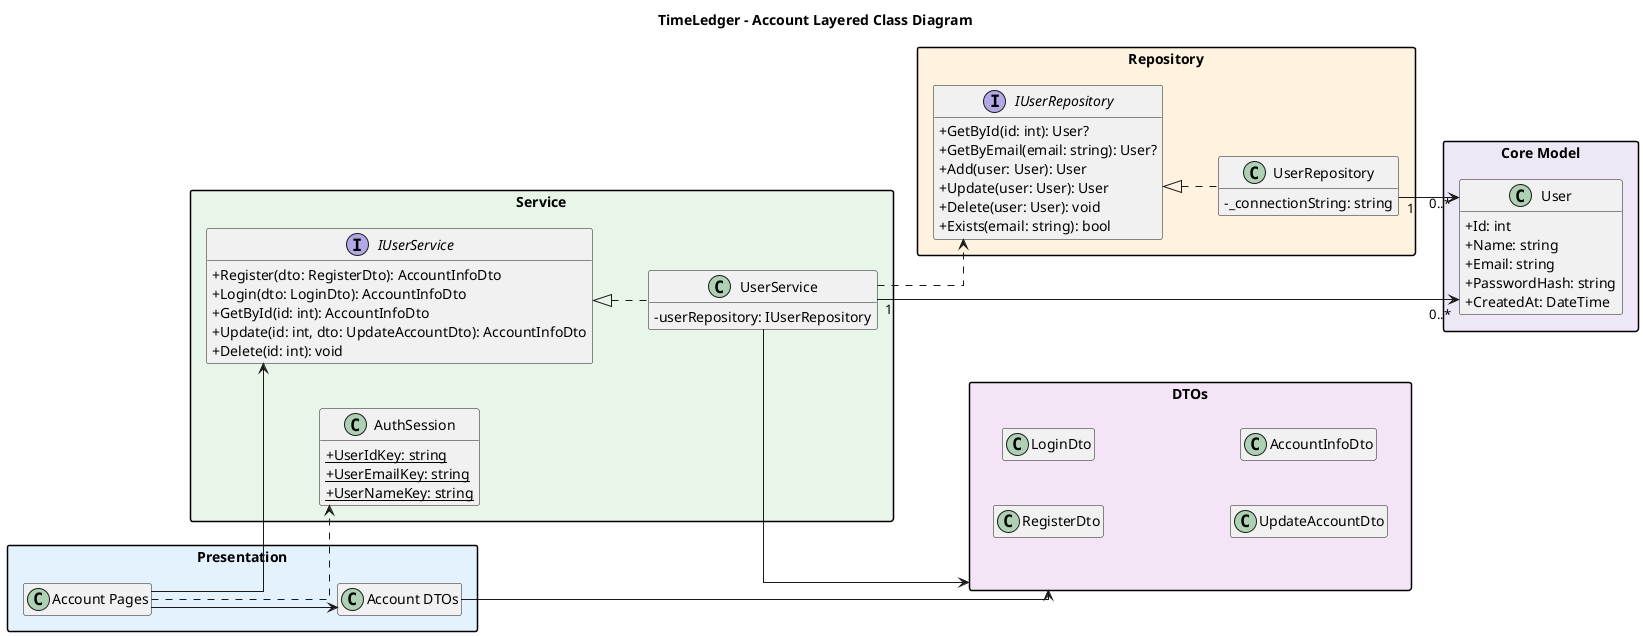
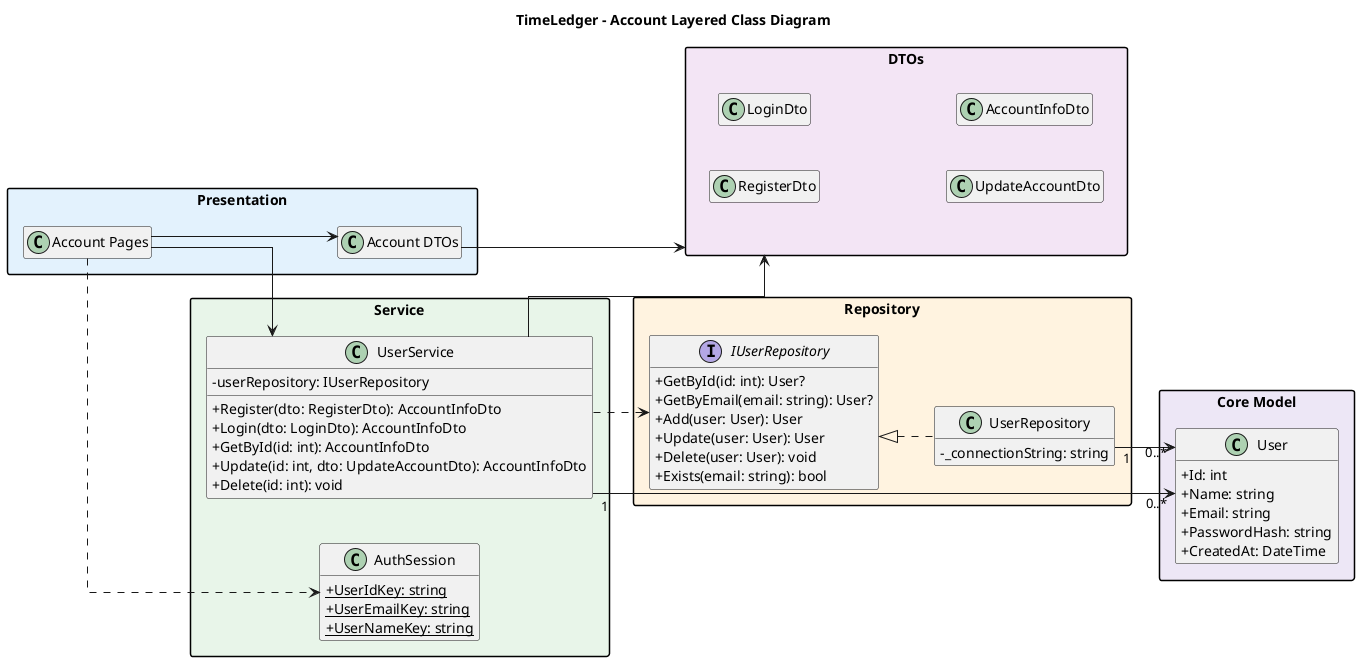
﻿@startuml
left to right direction
skinparam classAttributeIconSize 0
skinparam packageStyle rectangle
skinparam linetype ortho
skinparam nodesep 45
skinparam ranksep 55
hide empty members

title TimeLedger - Account Layered Class Diagram

package "Presentation" #E3F2FD {
  class "Account Pages" as AccountPages
  class "Account DTOs" as AccountDTOs
}

package "Service" #E8F5E9 {
-   interface IUserService {
- 	+ Register(dto: RegisterDto): AccountInfoDto
- 	+ Login(dto: LoginDto): AccountInfoDto
- 	+ GetById(id: int): AccountInfoDto
- 	+ Update(id: int, dto: UpdateAccountDto): AccountInfoDto
- 	+ Delete(id: int): void
-   }

  class UserService {
	- userRepository: IUserRepository
+ 	+ Register(dto: RegisterDto): AccountInfoDto
+     	+ Login(dto: LoginDto): AccountInfoDto
+     	+ GetById(id: int): AccountInfoDto
+     	+ Update(id: int, dto: UpdateAccountDto): AccountInfoDto
+     	+ Delete(id: int): void
  }

  class AuthSession {
	+ {static} UserIdKey: string
	+ {static} UserEmailKey: string
	+ {static} UserNameKey: string
  }
}
package "Core Model" #EDE7F6 {
  class User {
	+ Id: int
	+ Name: string
	+ Email: string
	+ PasswordHash: string
	+ CreatedAt: DateTime
  }
}

package "DTOs" #F3E5F5 {
  class RegisterDto
  class LoginDto
  class UpdateAccountDto
  class AccountInfoDto
}



package "Repository" #FFF3E0 {
  interface IUserRepository  {
	+ GetById(id: int): User?
	+ GetByEmail(email: string): User?
	+ Add(user: User): User
	+ Update(user: User): User
	+ Delete(user: User): void
	+ Exists(email: string): bool
  }

  class UserRepository  {
	- _connectionString: string
  }
}

- AccountPages --> IUserService
+ AccountPages --> UserService
AccountPages ..> AuthSession
AccountPages --> AccountDTOs
AccountDTOs --> DTOs
- IUserService <|.. UserService
UserService --> DTOs
UserService "1" --> "0..*" User
UserService ..> IUserRepository
IUserRepository <|.. UserRepository
UserRepository "1" --> "0..*" User

@enduml

